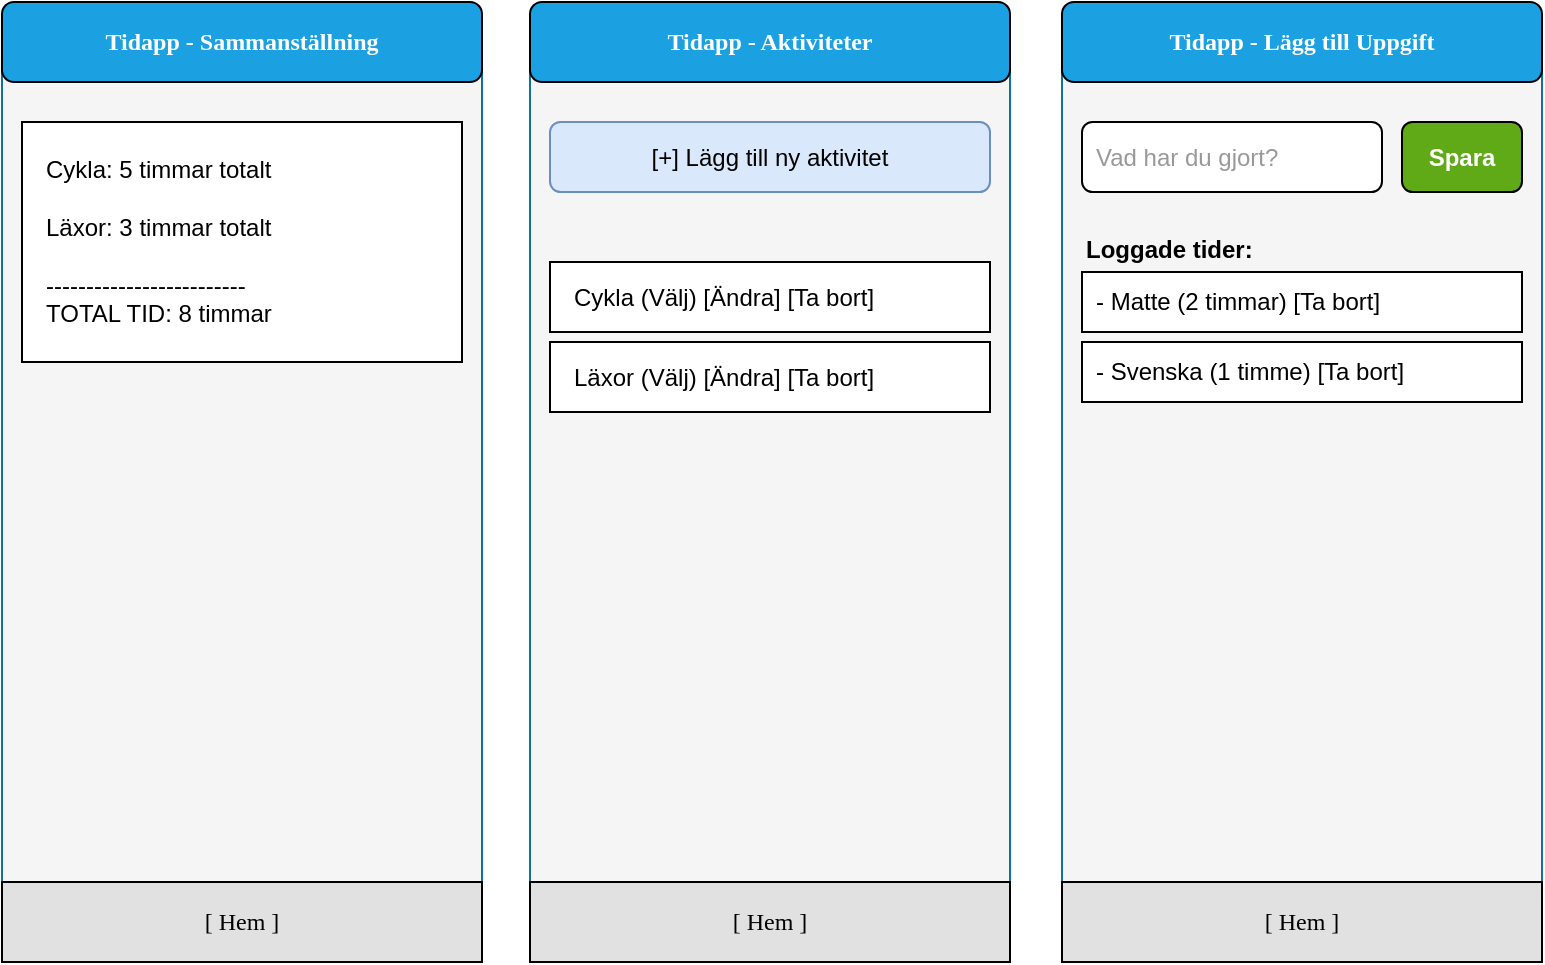
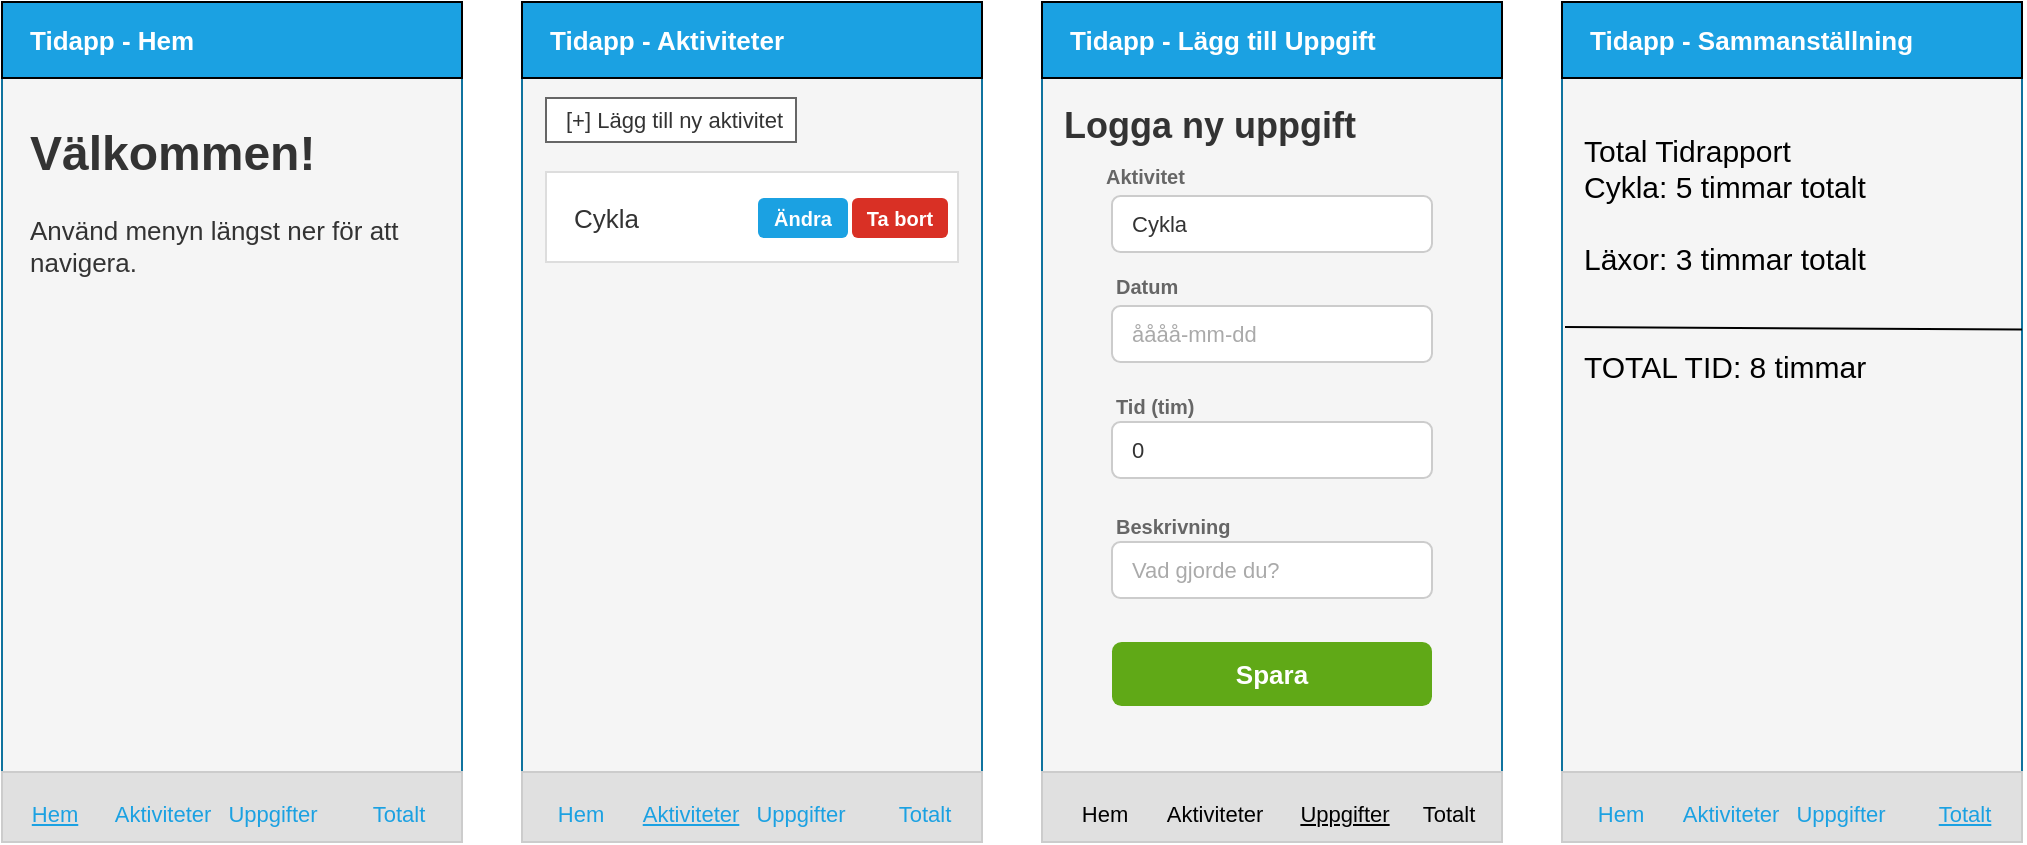
<mxfile host="app.diagrams.net" agent="Mozilla/5.0 (Windows NT 10.0; Win64; x64) AppleWebKit/537.36 (KHTML, like Gecko) Chrome/147.0.0.0 Safari/537.36">
  <diagram name="Page-1" id="KBGq3m4zs5PVxKqC3X0d">
-     <mxGraphModel dx="1016" dy="615" grid="1" gridSize="10" guides="1" tooltips="1" connect="1" arrows="1" fold="1" page="1" pageScale="1" pageWidth="827" pageHeight="1169" math="0" shadow="0">
+     <mxGraphModel dx="1234" dy="643" grid="1" gridSize="10" guides="1" tooltips="1" connect="1" arrows="1" fold="1" page="1" pageScale="1" pageWidth="827" pageHeight="1169" math="0" shadow="0">
      <root>
        <mxCell id="0" />
        <mxCell id="1" parent="0" />
-         <mxCell id="s1_frame" parent="1" style="rounded=1;whiteSpace=wrap;html=1;arcSize=5;strokeColor=#10739e;fillColor=#f5f5f5;" value="" vertex="1">
-           <mxGeometry height="480" width="240" x="294" y="40" as="geometry" />
+         <mxCell id="m1_frame" parent="1" style="rounded=2;whiteSpace=wrap;html=1;strokeColor=#10739e;fillColor=#f5f5f5;arcSize=3;" value="" vertex="1">
+           <mxGeometry height="420" width="230" x="40" y="40" as="geometry" />
        </mxCell>
-         <mxCell id="s1_head" parent="1" style="rounded=1;html=1;fillColor=#1ba1e2;fontColor=#ffffff;fontStyle=1;whiteSpace=wrap;shadow=0;" value="&lt;font face=&quot;Comic Sans MS&quot;&gt;Tidapp - Aktiviteter&lt;/font&gt;" vertex="1">
-           <mxGeometry height="40" width="240" x="294" y="40" as="geometry" />
+         <mxCell id="m1_head" parent="1" style="rounded=0;whiteSpace=wrap;html=1;fillColor=#1ba1e2;fontColor=#ffffff;align=left;spacingLeft=12;fontSize=13;fontStyle=1;fontFamily=Helvetica;" value="Tidapp - Hem" vertex="1">
+           <mxGeometry height="38" width="230" x="40" y="40" as="geometry" />
        </mxCell>
-         <mxCell id="s1_add" parent="1" style="rounded=1;whiteSpace=wrap;html=1;fillColor=#dae8fc;strokeColor=#6c8ebf;" value="[+] Lägg till ny aktivitet" vertex="1">
-           <mxGeometry height="35" width="220" x="304" y="100" as="geometry" />
+         <mxCell id="m1_content" parent="1" style="text;html=1;fontStyle=1;fontSize=24;align=left;fontFamily=Helvetica;fontColor=#333333;" value="Välkommen!" vertex="1">
+           <mxGeometry height="35" width="200" x="52" y="95" as="geometry" />
        </mxCell>
-         <mxCell id="s1_item1" parent="1" style="rounded=0;whiteSpace=wrap;html=1;align=left;spacingLeft=10;fillColor=#ffffff;" value="Cykla   (Välj)   [Ändra] [Ta bort]" vertex="1">
-           <mxGeometry height="35" width="220" x="304" y="170" as="geometry" />
+         <mxCell id="m1_text" parent="1" style="text;html=1;fontSize=13;whiteSpace=wrap;fontFamily=Helvetica;fontColor=#333333;lineHeight=1.2;" value="Använd menyn längst ner för att navigera." vertex="1">
+           <mxGeometry height="45" width="200" x="52" y="140" as="geometry" />
        </mxCell>
-         <mxCell id="s1_item2" parent="1" style="rounded=0;whiteSpace=wrap;html=1;align=left;spacingLeft=10;fillColor=#ffffff;" value="Läxor   (Välj)   [Ändra] [Ta bort]" vertex="1">
-           <mxGeometry height="35" width="220" x="304" y="210" as="geometry" />
+         <mxCell id="m1_nav" parent="1" style="rounded=0;whiteSpace=wrap;html=1;fillColor=#e0e0e0;strokeColor=#cccccc;" value="" vertex="1">
+           <mxGeometry height="35" width="230" x="40" y="425" as="geometry" />
        </mxCell>
-         <mxCell id="s1_nav" parent="1" style="rounded=0;whiteSpace=wrap;html=1;fillColor=#e1e1e1;" value="&lt;font face=&quot;Comic Sans MS&quot;&gt;[ Hem ]&lt;/font&gt;" vertex="1">
-           <mxGeometry height="40" width="240" x="294" y="480" as="geometry" />
+         <mxCell id="m1_n1" parent="1" style="text;html=1;fontStyle=4;fontColor=light-dark(#1ba1e2, #a6a6a6);align=center;fontSize=11;fontFamily=Helvetica;" value="Hem" vertex="1">
+           <mxGeometry height="20" width="45" x="43" y="433" as="geometry" />
        </mxCell>
-         <mxCell id="s2_frame" parent="1" style="rounded=1;whiteSpace=wrap;html=1;arcSize=5;strokeColor=#10739e;fillColor=#f5f5f5;" value="" vertex="1">
-           <mxGeometry height="480" width="240" x="560" y="40" as="geometry" />
+         <mxCell id="m1_n2" parent="1" style="text;html=1;align=center;fontSize=11;fontFamily=Helvetica;fontColor=light-dark(#1ba1e2, #afb0b1);" value="Aktiviteter" vertex="1">
+           <mxGeometry height="20" width="60" x="90" y="433" as="geometry" />
        </mxCell>
-         <mxCell id="s2_head" parent="1" style="rounded=1;whiteSpace=wrap;html=1;fillColor=#1ba1e2;fontColor=#ffffff;fontStyle=1" value="&lt;font face=&quot;Comic Sans MS&quot;&gt;Tidapp - Lägg till Uppgift&lt;/font&gt;" vertex="1">
-           <mxGeometry height="40" width="240" x="560" y="40" as="geometry" />
+         <mxCell id="m1_n3" parent="1" style="text;html=1;align=center;fontSize=11;fontFamily=Helvetica;fontColor=light-dark(#1ba1e2, #afb0b1);" value="Uppgifter" vertex="1">
+           <mxGeometry height="20" width="60" x="145" y="433" as="geometry" />
        </mxCell>
-         <mxCell id="s2_input" parent="1" style="rounded=1;whiteSpace=wrap;html=1;align=left;spacingLeft=5;fontColor=#999999;" value="Vad har du gjort?" vertex="1">
-           <mxGeometry height="35" width="150" x="570" y="100" as="geometry" />
+         <mxCell id="m1_n4" parent="1" style="text;html=1;align=center;fontSize=11;fontFamily=Helvetica;fontColor=light-dark(#1ba1e2, #afb0b1);" value="Totalt" vertex="1">
+           <mxGeometry height="20" width="45" x="215" y="433" as="geometry" />
        </mxCell>
-         <mxCell id="s2_btn" parent="1" style="rounded=1;whiteSpace=wrap;html=1;fillColor=#60a917;fontColor=#ffffff;fontStyle=1" value="Spara" vertex="1">
-           <mxGeometry height="35" width="60" x="730" y="100" as="geometry" />
+         <mxCell id="m2_frame" parent="1" style="rounded=2;whiteSpace=wrap;html=1;strokeColor=#10739e;fillColor=#f5f5f5;arcSize=3;" value="" vertex="1">
+           <mxGeometry height="420" width="230" x="300" y="40" as="geometry" />
        </mxCell>
-         <mxCell id="s2_list_head" parent="1" style="text;html=1;fontStyle=1" value="Loggade tider:" vertex="1">
-           <mxGeometry height="20" width="100" x="570" y="150" as="geometry" />
+         <mxCell id="m2_head" parent="1" style="rounded=0;whiteSpace=wrap;html=1;fillColor=#1ba1e2;fontColor=#ffffff;align=left;spacingLeft=12;fontSize=13;fontStyle=1;fontFamily=Helvetica;" value="Tidapp - Aktiviteter" vertex="1">
+           <mxGeometry height="38" width="230" x="300" y="40" as="geometry" />
        </mxCell>
-         <mxCell id="s2_log1" parent="1" style="rounded=0;whiteSpace=wrap;html=1;align=left;spacingLeft=5;fillColor=#ffffff;" value="- Matte (2 timmar)  [Ta bort]" vertex="1">
-           <mxGeometry height="30" width="220" x="570" y="175" as="geometry" />
+         <mxCell id="m2_btn_add" parent="1" style="rounded=0;whiteSpace=wrap;html=1;fontSize=11;fillColor=#ffffff;strokeColor=#666666;fontFamily=Helvetica;fontColor=#333333;align=left;spacingLeft=8;" value="[+] Lägg till ny aktivitet" vertex="1">
+           <mxGeometry height="22" width="125" x="312" y="88" as="geometry" />
        </mxCell>
-         <mxCell id="s2_log2" parent="1" style="rounded=0;whiteSpace=wrap;html=1;align=left;spacingLeft=5;fillColor=#ffffff;" value="- Svenska (1 timme)  [Ta bort]" vertex="1">
-           <mxGeometry height="30" width="220" x="570" y="210" as="geometry" />
+         <mxCell id="m2_item1" parent="1" style="rounded=0;whiteSpace=wrap;html=1;fillColor=#ffffff;strokeColor=#dddddd;align=left;spacingLeft=12;fontFamily=Helvetica;fontSize=13;fontColor=#333333;" value="Cykla" vertex="1">
+           <mxGeometry height="45" width="206" x="312" y="125" as="geometry" />
        </mxCell>
-         <mxCell id="s2_nav" parent="1" style="rounded=0;whiteSpace=wrap;html=1;fillColor=#e1e1e1;" value="&lt;font face=&quot;Comic Sans MS&quot;&gt;[ Hem ]&lt;/font&gt;" vertex="1">
-           <mxGeometry height="40" width="240" x="560" y="480" as="geometry" />
+         <mxCell id="m2_e1" parent="1" style="rounded=1;whiteSpace=wrap;html=1;fillColor=#1ba1e2;fontColor=#ffffff;fontSize=10;strokeColor=none;fontFamily=Helvetica;fontStyle=1;" value="Ändra" vertex="1">
+           <mxGeometry height="20" width="45" x="418" y="138" as="geometry" />
        </mxCell>
-         <mxCell id="s3_frame" parent="1" style="rounded=1;whiteSpace=wrap;html=1;arcSize=5;strokeColor=#10739e;fillColor=#f5f5f5;" value="" vertex="1">
-           <mxGeometry height="480" width="240" x="30" y="40" as="geometry" />
+         <mxCell id="m2_d1" parent="1" style="rounded=1;whiteSpace=wrap;html=1;fillColor=#d93025;fontColor=#ffffff;fontSize=10;strokeColor=none;fontFamily=Helvetica;fontStyle=1;" value="Ta bort" vertex="1">
+           <mxGeometry height="20" width="48" x="465" y="138" as="geometry" />
        </mxCell>
-         <mxCell id="s3_head" parent="1" style="rounded=1;whiteSpace=wrap;html=1;fillColor=#1ba1e2;fontColor=#ffffff;fontStyle=1" value="&lt;font face=&quot;Comic Sans MS&quot;&gt;Tidapp - Sammanställning&lt;/font&gt;" vertex="1">
-           <mxGeometry height="40" width="240" x="30" y="40" as="geometry" />
+         <mxCell id="m2_nav" parent="1" style="rounded=0;whiteSpace=wrap;html=1;fillColor=#e0e0e0;strokeColor=#cccccc;" value="" vertex="1">
+           <mxGeometry height="35" width="230" x="300" y="425" as="geometry" />
        </mxCell>
-         <mxCell id="s3_box" parent="1" style="rounded=0;whiteSpace=wrap;html=1;align=left;spacingLeft=10;fillColor=#ffffff;" value="Cykla: 5 timmar totalt&#xa;&#xa;Läxor: 3 timmar totalt&#xa;&#xa;-------------------------&#xa;TOTAL TID: 8 timmar" vertex="1">
-           <mxGeometry height="120" width="220" x="40" y="100" as="geometry" />
+         <mxCell id="m3_frame" parent="1" style="rounded=2;whiteSpace=wrap;html=1;strokeColor=#10739e;fillColor=#f5f5f5;arcSize=3;" value="" vertex="1">
+           <mxGeometry height="420" width="230" x="560" y="40" as="geometry" />
        </mxCell>
-         <mxCell id="s3_nav" parent="1" style="rounded=0;whiteSpace=wrap;html=1;fillColor=#e1e1e1;" value="&lt;font face=&quot;Comic Sans MS&quot;&gt;[ Hem ]&lt;/font&gt;" vertex="1">
-           <mxGeometry height="40" width="240" x="30" y="480" as="geometry" />
+         <mxCell id="m3_head" parent="1" style="rounded=0;whiteSpace=wrap;html=1;fillColor=#1ba1e2;fontColor=#ffffff;align=left;spacingLeft=12;fontSize=13;fontStyle=1;fontFamily=Helvetica;" value="Tidapp - Lägg till Uppgift" vertex="1">
+           <mxGeometry height="38" width="230" x="560" y="40" as="geometry" />
+         </mxCell>
+         <mxCell id="m3_logga" parent="1" style="text;html=1;fontStyle=1;fontSize=18;fontFamily=Helvetica;fontColor=#333333;" value="Logga ny uppgift" vertex="1">
+           <mxGeometry height="25" width="160" x="568.5" y="85" as="geometry" />
+         </mxCell>
+         <mxCell id="m3_l1" parent="1" style="text;html=1;fontSize=10;fontFamily=Helvetica;fontColor=#666666;fontStyle=1" value="Aktivitet" vertex="1">
+           <mxGeometry height="15" width="100" x="590" y="115" as="geometry" />
+         </mxCell>
+         <mxCell id="m3_f1" parent="1" style="rounded=1;whiteSpace=wrap;html=1;fillColor=#ffffff;strokeColor=#cccccc;fontSize=11;align=left;spacingLeft=8;fontColor=#333333;" value="Cykla" vertex="1">
+           <mxGeometry height="28" width="160" x="595" y="137" as="geometry" />
+         </mxCell>
+         <mxCell id="m3_l2" parent="1" style="text;html=1;fontSize=10;fontFamily=Helvetica;fontColor=#666666;fontStyle=1" value="Datum" vertex="1">
+           <mxGeometry height="15" width="100" x="595" y="170" as="geometry" />
+         </mxCell>
+         <mxCell id="m3_f2" parent="1" style="rounded=1;whiteSpace=wrap;html=1;fillColor=#ffffff;strokeColor=#cccccc;fontSize=11;align=left;spacingLeft=8;fontColor=#aaaaaa;" value="åååå-mm-dd" vertex="1">
+           <mxGeometry height="28" width="160" x="595" y="192" as="geometry" />
+         </mxCell>
+         <mxCell id="m3_l3" parent="1" style="text;html=1;fontSize=10;fontFamily=Helvetica;fontColor=#666666;fontStyle=1" value="Tid (tim)" vertex="1">
+           <mxGeometry height="15" width="100" x="595" y="230" as="geometry" />
+         </mxCell>
+         <mxCell id="m3_f3" parent="1" style="rounded=1;whiteSpace=wrap;html=1;fillColor=#ffffff;strokeColor=#cccccc;fontSize=11;align=left;spacingLeft=8;fontColor=#333333;" value="0" vertex="1">
+           <mxGeometry height="28" width="160" x="595" y="250" as="geometry" />
+         </mxCell>
+         <mxCell id="m3_l4" parent="1" style="text;html=1;fontSize=10;fontFamily=Helvetica;fontColor=#666666;fontStyle=1" value="Beskrivning" vertex="1">
+           <mxGeometry height="15" width="100" x="595" y="290" as="geometry" />
+         </mxCell>
+         <mxCell id="m3_f4" parent="1" style="rounded=1;whiteSpace=wrap;html=1;fillColor=#ffffff;strokeColor=#cccccc;fontSize=11;align=left;spacingLeft=8;fontColor=#aaaaaa;" value="Vad gjorde du?" vertex="1">
+           <mxGeometry height="28" width="160" x="595" y="310" as="geometry" />
+         </mxCell>
+         <mxCell id="m3_save" parent="1" style="rounded=1;whiteSpace=wrap;html=1;fillColor=#60a917;fontColor=#ffffff;fontStyle=1;fontSize=13;strokeColor=none;" value="Spara" vertex="1">
+           <mxGeometry height="32" width="160" x="595" y="360" as="geometry" />
+         </mxCell>
+         <mxCell id="m3_nav" parent="1" style="rounded=0;whiteSpace=wrap;html=1;fillColor=#e0e0e0;strokeColor=#cccccc;fontColor=light-dark(default, #b3b3b3);" value="" vertex="1">
+           <mxGeometry height="35" width="230" x="560" y="425" as="geometry" />
+         </mxCell>
+         <mxCell id="m4_frame" parent="1" style="rounded=2;whiteSpace=wrap;html=1;strokeColor=#10739e;fillColor=#f5f5f5;arcSize=3;" value="" vertex="1">
+           <mxGeometry height="420" width="230" x="820" y="40" as="geometry" />
+         </mxCell>
+         <mxCell id="m4_head" parent="1" style="rounded=0;whiteSpace=wrap;html=1;fillColor=#1ba1e2;fontColor=#ffffff;align=left;spacingLeft=12;fontSize=13;fontStyle=1;fontFamily=Helvetica;" value="Tidapp - Sammanställning" vertex="1">
+           <mxGeometry height="38" width="230" x="820" y="40" as="geometry" />
+         </mxCell>
+         <mxCell id="m4_nav" parent="1" style="rounded=0;whiteSpace=wrap;html=1;fillColor=#e0e0e0;strokeColor=#cccccc;" value="" vertex="1">
+           <mxGeometry height="35" width="230" x="820" y="425" as="geometry" />
+         </mxCell>
+         <mxCell id="pZPUTxJ0r483X8Zab5M0-14" edge="1" parent="1" source="m3_save" style="edgeStyle=orthogonalEdgeStyle;rounded=0;orthogonalLoop=1;jettySize=auto;html=1;exitX=0.5;exitY=1;exitDx=0;exitDy=0;" target="m3_save">
+           <mxGeometry relative="1" as="geometry" />
+         </mxCell>
+         <mxCell id="pZPUTxJ0r483X8Zab5M0-20" parent="1" style="text;html=1;fontStyle=0;fontColor=light-dark(#1ba1e2, #9c9fa0);align=center;fontSize=11;fontFamily=Helvetica;" value="Hem" vertex="1">
+           <mxGeometry height="20" width="45" x="306.5" y="433" as="geometry" />
+         </mxCell>
+         <mxCell id="pZPUTxJ0r483X8Zab5M0-21" parent="1" style="text;html=1;align=center;fontSize=11;fontFamily=Helvetica;fontColor=light-dark(#1ba1e2, #828282);fontStyle=4" value="Aktiviteter" vertex="1">
+           <mxGeometry height="20" width="60" x="353.5" y="433" as="geometry" />
+         </mxCell>
+         <mxCell id="pZPUTxJ0r483X8Zab5M0-22" parent="1" style="text;html=1;align=center;fontSize=11;fontFamily=Helvetica;fontColor=light-dark(#1ba1e2, #9c9fa0);" value="Uppgifter" vertex="1">
+           <mxGeometry height="20" width="60" x="408.5" y="433" as="geometry" />
+         </mxCell>
+         <mxCell id="pZPUTxJ0r483X8Zab5M0-23" parent="1" style="text;html=1;align=center;fontSize=11;fontFamily=Helvetica;fontColor=light-dark(#1ba1e2, #9c9fa0);" value="Totalt" vertex="1">
+           <mxGeometry height="20" width="45" x="478.5" y="433" as="geometry" />
+         </mxCell>
+         <mxCell id="pZPUTxJ0r483X8Zab5M0-24" parent="1" style="text;html=1;fontStyle=0;fontColor=light-dark(default, #b3b3b3);align=center;fontSize=11;fontFamily=Helvetica;" value="Hem" vertex="1">
+           <mxGeometry height="20" width="45" x="568.5" y="433" as="geometry" />
+         </mxCell>
+         <mxCell id="pZPUTxJ0r483X8Zab5M0-25" parent="1" style="text;html=1;align=center;fontSize=11;fontFamily=Helvetica;fontColor=light-dark(default, #b3b3b3);" value="Aktiviteter" vertex="1">
+           <mxGeometry height="20" width="60" x="615.5" y="433" as="geometry" />
+         </mxCell>
+         <mxCell id="pZPUTxJ0r483X8Zab5M0-26" parent="1" style="text;html=1;align=center;fontSize=11;fontFamily=Helvetica;fontColor=light-dark(default, #2fbdd0);fontStyle=4" value="Uppgifter" vertex="1">
+           <mxGeometry height="20" width="60" x="680.5" y="433" as="geometry" />
+         </mxCell>
+         <mxCell id="pZPUTxJ0r483X8Zab5M0-27" parent="1" style="text;html=1;align=center;fontSize=11;fontFamily=Helvetica;fontColor=light-dark(default, #b3b3b3);" value="Totalt" vertex="1">
+           <mxGeometry height="20" width="45" x="740.5" y="433" as="geometry" />
+         </mxCell>
+         <mxCell id="pZPUTxJ0r483X8Zab5M0-28" parent="1" style="text;html=1;fontStyle=0;fontColor=light-dark(#1ba1e2, #aeb0b2);align=center;fontSize=11;fontFamily=Helvetica;" value="Hem" vertex="1">
+           <mxGeometry height="20" width="45" x="826.5" y="432.5" as="geometry" />
+         </mxCell>
+         <mxCell id="pZPUTxJ0r483X8Zab5M0-29" parent="1" style="text;html=1;align=center;fontSize=11;fontFamily=Helvetica;fontColor=light-dark(#1ba1e2, #aeb0b2);" value="Aktiviteter" vertex="1">
+           <mxGeometry height="20" width="60" x="873.5" y="432.5" as="geometry" />
+         </mxCell>
+         <mxCell id="pZPUTxJ0r483X8Zab5M0-30" parent="1" style="text;html=1;align=center;fontSize=11;fontFamily=Helvetica;fontColor=light-dark(#1ba1e2, #aeb0b2);" value="Uppgifter" vertex="1">
+           <mxGeometry height="20" width="60" x="928.5" y="432.5" as="geometry" />
+         </mxCell>
+         <mxCell id="pZPUTxJ0r483X8Zab5M0-31" parent="1" style="text;html=1;align=center;fontSize=11;fontFamily=Helvetica;fontColor=light-dark(#1ba1e2, #aeb0b2);fontStyle=4" value="Totalt" vertex="1">
+           <mxGeometry height="20" width="45" x="998.5" y="432.5" as="geometry" />
+         </mxCell>
+         <mxCell id="pZPUTxJ0r483X8Zab5M0-32" parent="1" style="rounded=0;align=left;html=1;strokeColor=none;fillColor=none;fontSize=15;" value="Total Tidrapport&lt;br&gt;Cykla: 5 timmar totalt&lt;br&gt;&lt;br&gt;Läxor: 3 timmar totalt&lt;br&gt;&lt;br&gt;&lt;div&gt;&lt;br&gt;&lt;/div&gt;&lt;div&gt;TOTAL TID: 8 timmar&lt;/div&gt;" vertex="1">
+           <mxGeometry height="115" width="150" x="828.5" y="110" as="geometry" />
+         </mxCell>
+         <mxCell id="pZPUTxJ0r483X8Zab5M0-33" edge="1" parent="1" style="endArrow=none;html=1;rounded=0;entryX=1;entryY=0.39;entryDx=0;entryDy=0;entryPerimeter=0;" target="m4_frame" value="">
+           <mxGeometry height="50" relative="1" width="50" as="geometry">
+             <mxPoint x="821.5" y="202.5" as="sourcePoint" />
+             <mxPoint x="1060" y="203" as="targetPoint" />
+           </mxGeometry>
        </mxCell>
      </root>
    </mxGraphModel>
  </diagram>
</mxfile>
